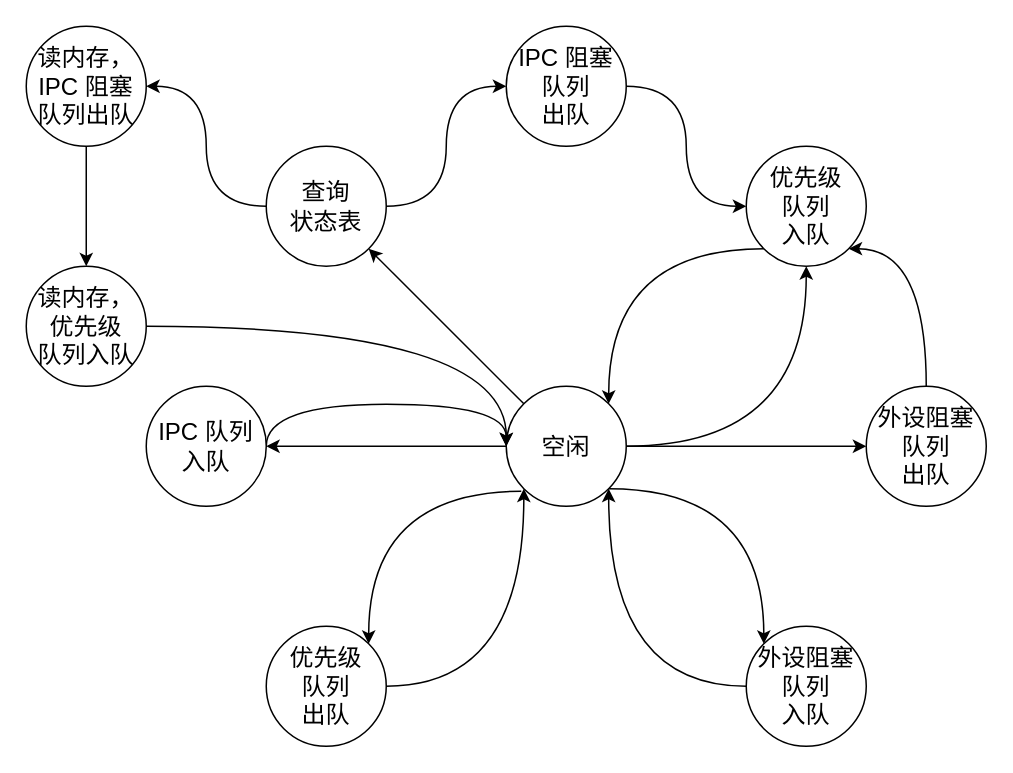
Above: assets/gitbook/images/behavior.drawio in ATS-INTC/docs (draw.io), before the change. Source tidied: cells renumbered, new cells numbered last; positions are measured from the earlier drawing's top-left corner, leaving out a move shared by most shapes. Both pictures are drawn from the tidied source at 150%, with x=0, y=0 at pixel (26, 26).
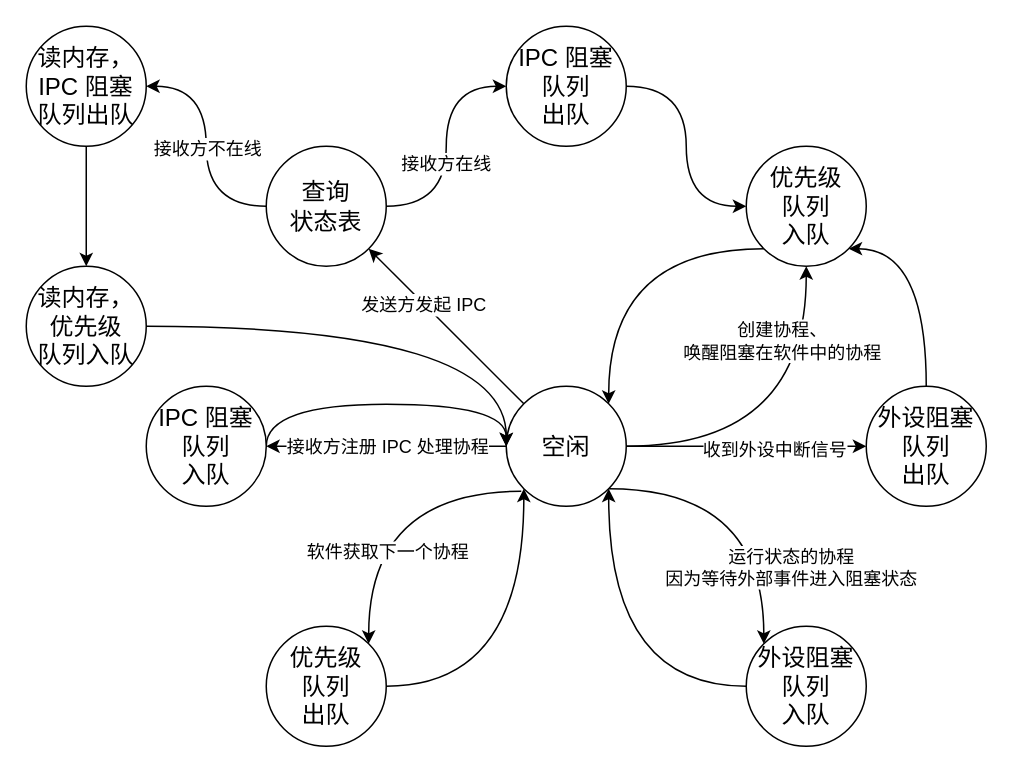
The same page after the edit.

Commit message (it also covers changes not shown here):
update behavior graph

The change refers to these unchanged cells:
```xml
<mxCell id="2" style="edgeStyle=orthogonalEdgeStyle;curved=1;html=1;fontSize=24;" parent="1" edge="1" source="8" target="11">
  <mxGeometry relative="1" as="geometry" />
</mxCell>
<mxCell id="3" style="edgeStyle=orthogonalEdgeStyle;curved=1;html=1;fontSize=16;entryX=1;entryY=0;entryDx=0;entryDy=0;" parent="1" edge="1" target="12">
  <mxGeometry relative="1" as="geometry">
    <mxPoint x="330" y="310" as="sourcePoint" />
  </mxGeometry>
</mxCell>
<mxCell id="4" style="html=1;exitX=1;exitY=1;exitDx=0;exitDy=0;entryX=0;entryY=0;entryDx=0;entryDy=0;fontSize=16;edgeStyle=orthogonalEdgeStyle;curved=1;" parent="1" edge="1" source="8" target="14">
  <mxGeometry relative="1" as="geometry" />
</mxCell>
<mxCell id="5" style="edgeStyle=orthogonalEdgeStyle;curved=1;html=1;exitX=1;exitY=0.5;exitDx=0;exitDy=0;entryX=0;entryY=0.5;entryDx=0;entryDy=0;fontSize=16;" parent="1" edge="1" source="8" target="16">
  <mxGeometry relative="1" as="geometry" />
</mxCell>
<mxCell id="6" style="edgeStyle=orthogonalEdgeStyle;curved=1;html=1;exitX=0;exitY=0.5;exitDx=0;exitDy=0;entryX=1;entryY=0.5;entryDx=0;entryDy=0;fontSize=16;" parent="1" edge="1" source="8" target="18">
  <mxGeometry relative="1" as="geometry" />
</mxCell>
<mxCell id="7" style="html=1;exitX=0;exitY=0;exitDx=0;exitDy=0;entryX=1;entryY=1;entryDx=0;entryDy=0;fontSize=16;" parent="1" edge="1" source="8" target="23">
  <mxGeometry relative="1" as="geometry" />
</mxCell>
<mxCell id="21" style="edgeStyle=orthogonalEdgeStyle;curved=1;html=1;exitX=1;exitY=0.5;exitDx=0;exitDy=0;entryX=0;entryY=0.5;entryDx=0;entryDy=0;fontSize=16;" parent="1" edge="1" source="23" target="20">
  <mxGeometry relative="1" as="geometry" />
</mxCell>
<mxCell id="22" style="edgeStyle=orthogonalEdgeStyle;curved=1;html=1;exitX=0;exitY=0.5;exitDx=0;exitDy=0;entryX=1;entryY=0.5;entryDx=0;entryDy=0;fontSize=16;" parent="1" edge="1" source="23" target="25">
  <mxGeometry relative="1" as="geometry" />
</mxCell>
```

The edit, as a diff of the source:
```diff
@@
+    <mxCell id="28" value="创建协程、&lt;br&gt;唤醒阻塞在软件中的协程" style="edgeLabel;html=1;align=center;verticalAlign=middle;fontSize=12;" parent="2" vertex="1">
+      <mxGeometry x="0.38" y="17" relative="1" as="geometry">
+        <mxPoint y="-25" as="offset" />
+      </mxGeometry>
+    </mxCell>
@@
+    <mxCell id="29" value="软件获取下一个协程" style="edgeLabel;html=1;align=center;verticalAlign=middle;fontSize=12;" parent="3" vertex="1">
+      <mxGeometry x="-0.28" y="20" relative="1" as="geometry">
+        <mxPoint x="-17" y="20" as="offset" />
+      </mxGeometry>
+    </mxCell>
@@
+    <mxCell id="30" value="运行状态的协程&lt;br&gt;因为等待外部事件进入阻塞状态" style="edgeLabel;html=1;align=center;verticalAlign=middle;fontSize=12;" parent="4" vertex="1">
+      <mxGeometry x="0.34" y="-15" relative="1" as="geometry">
+        <mxPoint x="33" y="17" as="offset" />
+      </mxGeometry>
+    </mxCell>
@@
+    <mxCell id="31" value="收到外设中断信号" style="edgeLabel;html=1;align=center;verticalAlign=middle;fontSize=12;" parent="5" vertex="1">
+      <mxGeometry x="0.22" y="-2" relative="1" as="geometry" />
+    </mxCell>
@@
+    <mxCell id="32" value="接收方注册 IPC 处理协程" style="edgeLabel;html=1;align=center;verticalAlign=middle;fontSize=12;" parent="6" vertex="1">
+      <mxGeometry x="0.33" y="1" relative="1" as="geometry">
+        <mxPoint x="26" y="-1" as="offset" />
+      </mxGeometry>
+    </mxCell>
@@
+    <mxCell id="33" value="发送方发起 IPC" style="edgeLabel;html=1;align=center;verticalAlign=middle;fontSize=12;" parent="7" vertex="1">
+      <mxGeometry x="0.29" y="1" relative="1" as="geometry" />
+    </mxCell>
@@
-    <mxCell id="18" value="&lt;font style=&quot;font-size: 16px;&quot;&gt;IPC 队列&lt;br&gt;入队&lt;br&gt;&lt;/font&gt;" style="ellipse;whiteSpace=wrap;html=1;" parent="1" vertex="1">
+    <mxCell id="18" value="&lt;font style=&quot;font-size: 16px;&quot;&gt;IPC 阻塞队列&lt;br&gt;入队&lt;br&gt;&lt;/font&gt;" style="ellipse;whiteSpace=wrap;html=1;" parent="1" vertex="1">
       <mxGeometry x="80" y="240" width="80" height="80" as="geometry" />
     </mxCell>
@@
+    <mxCell id="34" value="接收方在线" style="edgeLabel;html=1;align=center;verticalAlign=middle;fontSize=12;" parent="21" vertex="1">
+      <mxGeometry x="-0.14" y="1" relative="1" as="geometry" />
+    </mxCell>
@@
+    <mxCell id="35" value="接收方不在线" style="edgeLabel;html=1;align=center;verticalAlign=middle;fontSize=12;" parent="22" vertex="1">
+      <mxGeometry x="0.23" y="2" relative="1" as="geometry">
+        <mxPoint x="2" y="19" as="offset" />
+      </mxGeometry>
+    </mxCell>
```
